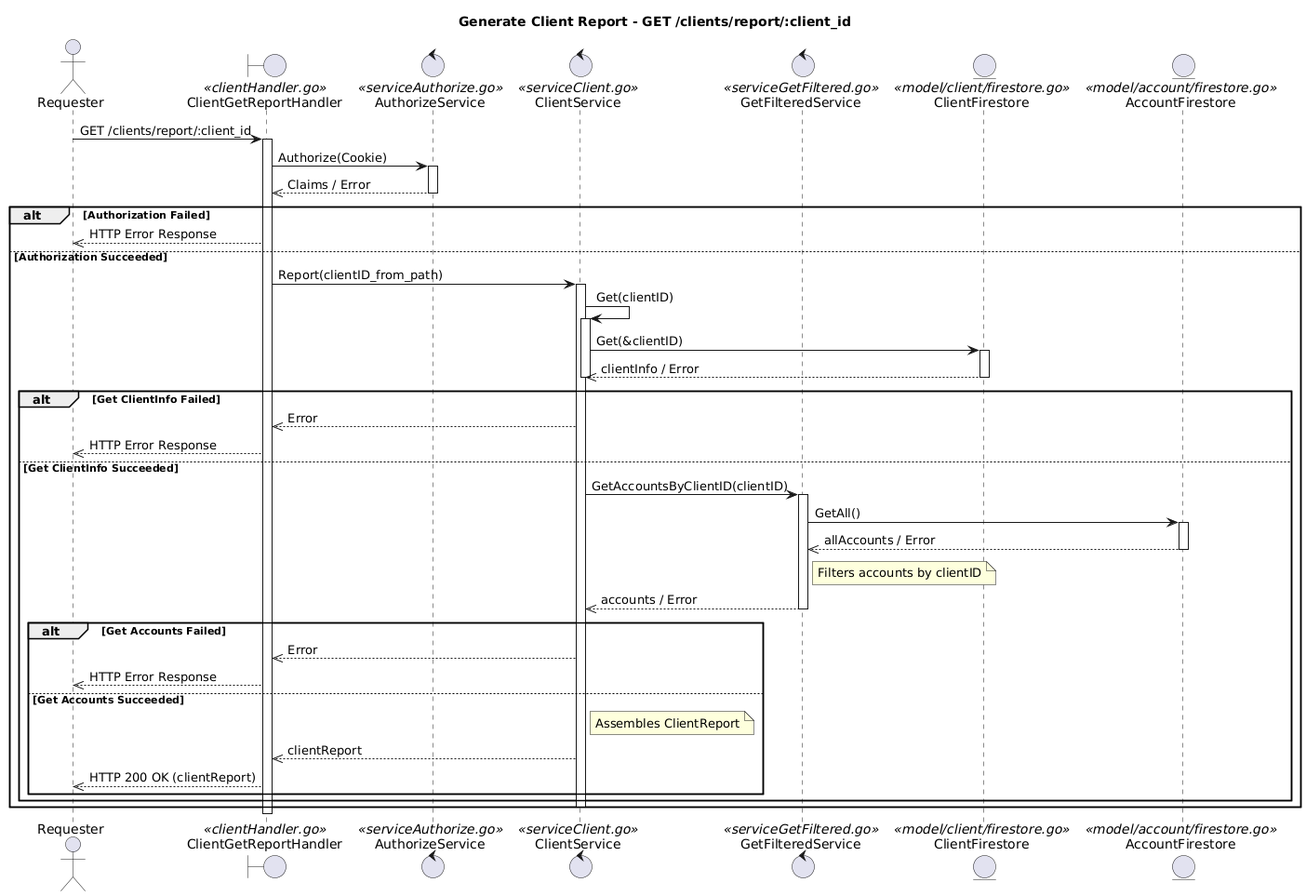
The PlantUML diagram docs/Report/SequenciaReportByClient.png in JulioKobayashiEbury/BankingAPI, before a commit.
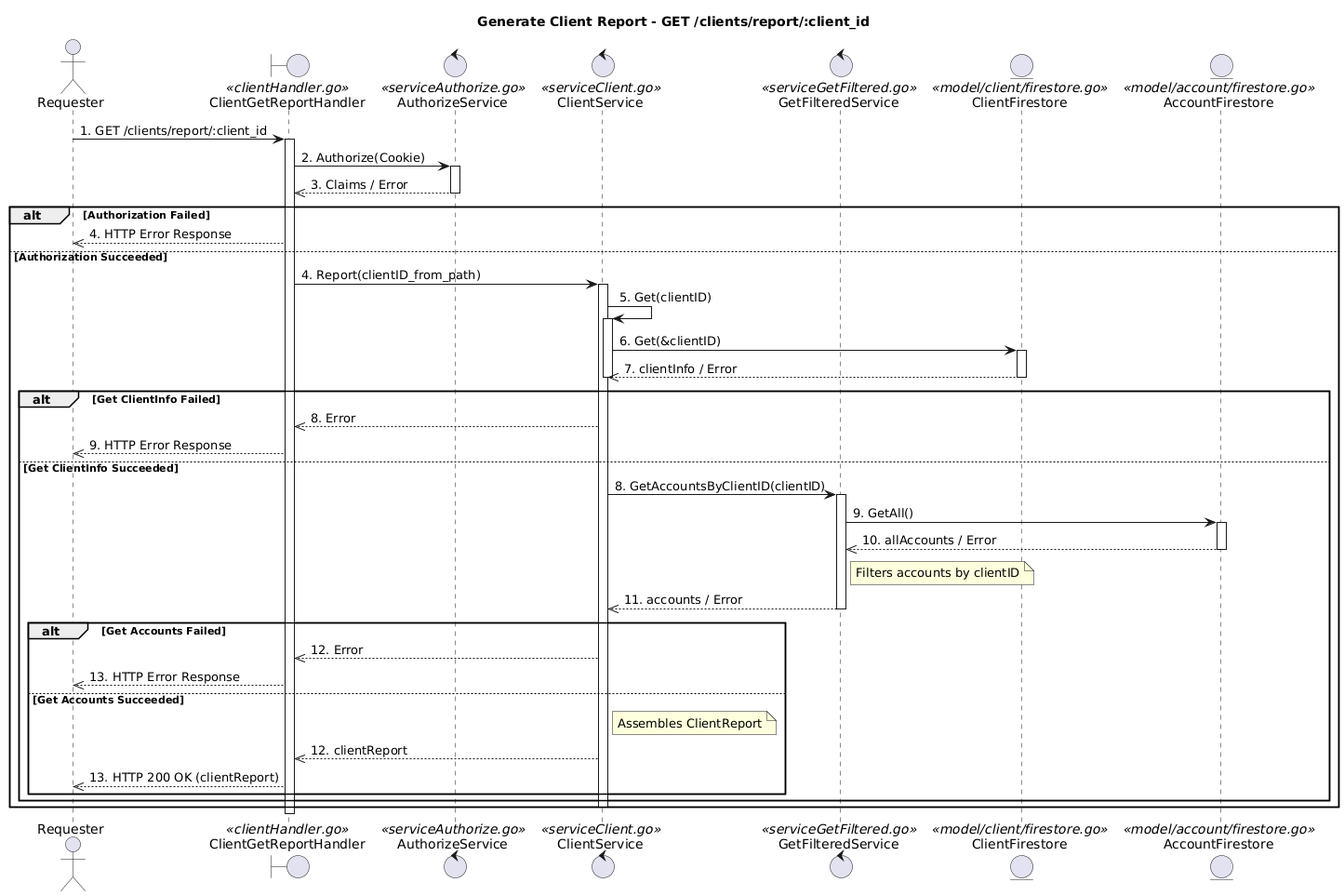
Later version of the same file.

The edit, as a diff of the source:
```diff
@@ -9,49 +9,49 @@
 entity ClientFirestore <<model/client/firestore.go>>
 entity AccountFirestore <<model/account/firestore.go>>
 
-Requester -> ClientGetReportHandler : GET /clients/report/:client_id
+Requester -> ClientGetReportHandler : 1. GET /clients/report/:client_id
 activate ClientGetReportHandler
 
-ClientGetReportHandler -> AuthorizeService : Authorize(Cookie)
+ClientGetReportHandler -> AuthorizeService : 2. Authorize(Cookie)
 activate AuthorizeService
-AuthorizeService -->> ClientGetReportHandler : Claims / Error
+AuthorizeService -->> ClientGetReportHandler : 3. Claims / Error
 deactivate AuthorizeService
 
 alt Authorization Failed
-    ClientGetReportHandler -->> Requester : HTTP Error Response
+    ClientGetReportHandler -->> Requester : 4. HTTP Error Response
 else Authorization Succeeded
-    ClientGetReportHandler -> ClientService : Report(clientID_from_path)
+    ClientGetReportHandler -> ClientService : 4. Report(clientID_from_path)
     activate ClientService
 
-    ClientService -> ClientService : Get(clientID)
+    ClientService -> ClientService : 5. Get(clientID)
     activate ClientService
-    ClientService -> ClientFirestore : Get(&clientID)
+    ClientService -> ClientFirestore : 6. Get(&clientID)
     activate ClientFirestore
-    ClientFirestore -->> ClientService : clientInfo / Error
+    ClientFirestore -->> ClientService : 7. clientInfo / Error
     deactivate ClientFirestore
     deactivate ClientService
 
     alt Get ClientInfo Failed
-        ClientService -->> ClientGetReportHandler : Error
-        ClientGetReportHandler -->> Requester : HTTP Error Response
+        ClientService -->> ClientGetReportHandler : 8. Error
+        ClientGetReportHandler -->> Requester : 9. HTTP Error Response
     else Get ClientInfo Succeeded
-        ClientService -> GetFilteredService : GetAccountsByClientID(clientID)
+        ClientService -> GetFilteredService : 8. GetAccountsByClientID(clientID)
         activate GetFilteredService
-        GetFilteredService -> AccountFirestore : GetAll()
+        GetFilteredService -> AccountFirestore : 9. GetAll()
         activate AccountFirestore
-        AccountFirestore -->> GetFilteredService : allAccounts / Error
+        AccountFirestore -->> GetFilteredService : 10. allAccounts / Error
         deactivate AccountFirestore
         note right of GetFilteredService : Filters accounts by clientID
-        GetFilteredService -->> ClientService : accounts / Error
+        GetFilteredService -->> ClientService : 11. accounts / Error
         deactivate GetFilteredService
 
         alt Get Accounts Failed
-            ClientService -->> ClientGetReportHandler : Error
-            ClientGetReportHandler -->> Requester : HTTP Error Response
+            ClientService -->> ClientGetReportHandler : 12. Error
+            ClientGetReportHandler -->> Requester : 13. HTTP Error Response
         else Get Accounts Succeeded
             note right of ClientService : Assembles ClientReport
-            ClientService -->> ClientGetReportHandler : clientReport
-            ClientGetReportHandler -->> Requester : HTTP 200 OK (clientReport)
+            ClientService -->> ClientGetReportHandler : 12. clientReport
+            ClientGetReportHandler -->> Requester : 13. HTTP 200 OK (clientReport)
         end
     end
     deactivate ClientService
```
